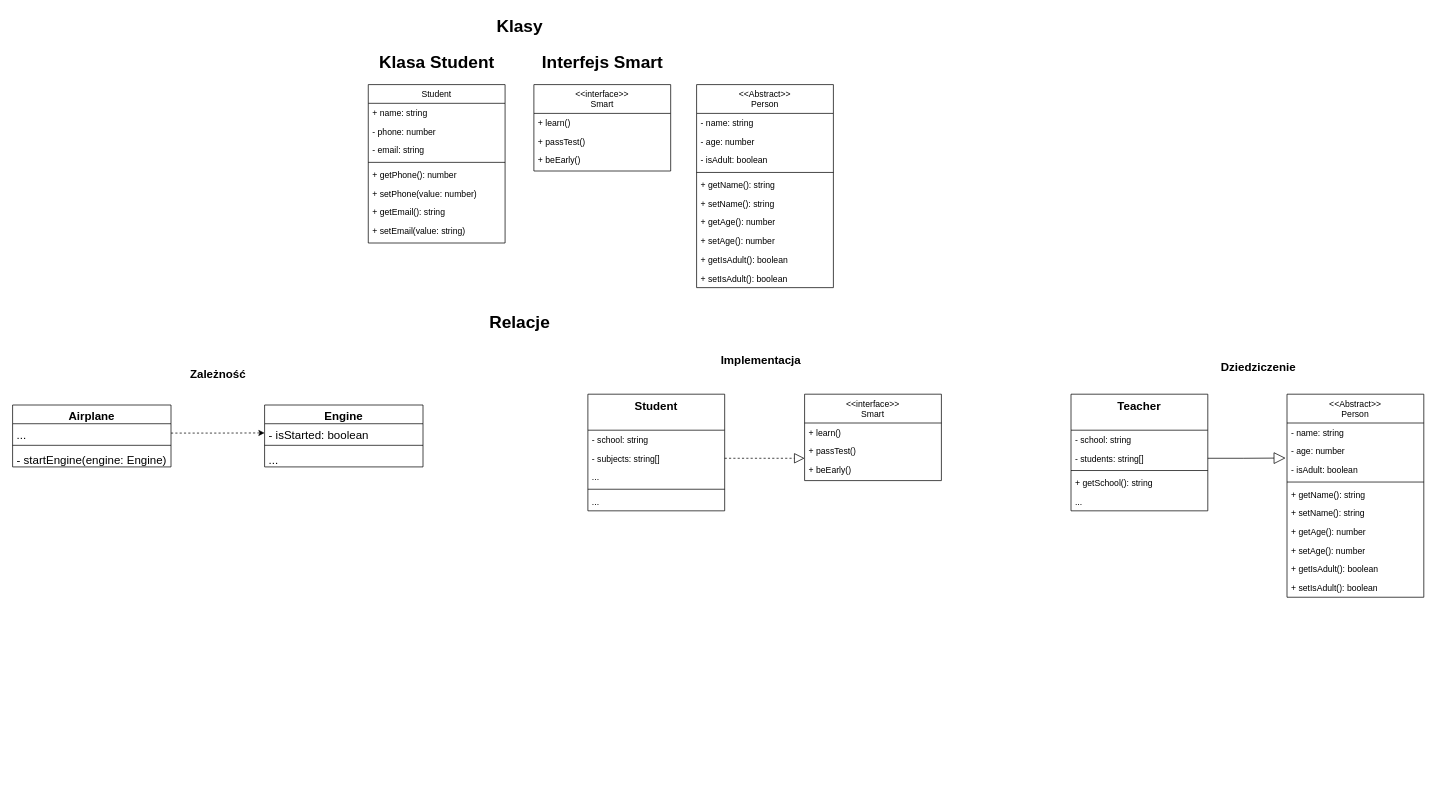
The draw.io diagram diagram_klas.drawio in mateuszjansowa/article-uml-diagrams, before the edit. Source tidied: cells renumbered, new cells numbered last; positions are measured from the earlier drawing's top-left corner, leaving out a move shared by most shapes. Both pictures are drawn from the tidied source at 72%, with x=0, y=0 at pixel (12, 12).
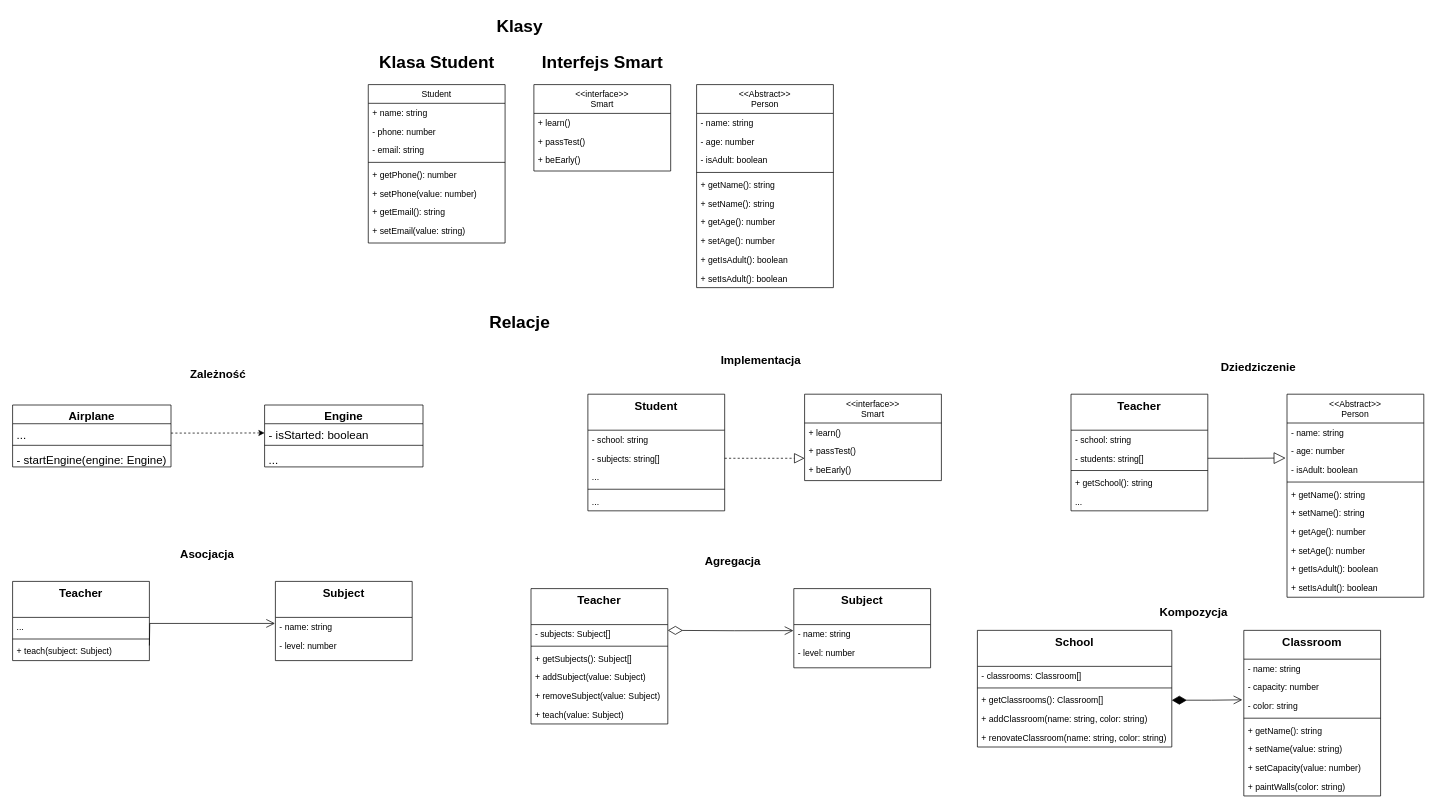
The same page after the edit.

Diff of the diagram source:
```diff
@@
+    <mxCell id="71" value="Teacher" style="swimlane;fontStyle=1;align=center;verticalAlign=top;horizontal=1;startSize=50;rounded=0;shadow=0;strokeWidth=1;fontSize=16;" parent="1" vertex="1">
+      <mxGeometry y="790" width="190" height="110" as="geometry" />
+    </mxCell>
+    <mxCell id="72" value="..." style="text;align=left;verticalAlign=top;spacingLeft=4;spacingRight=4;overflow=hidden;rounded=0;shadow=0;html=0;" parent="71" vertex="1">
+      <mxGeometry y="50" width="190" height="26" as="geometry" />
+    </mxCell>
+    <mxCell id="73" style="line;html=1;strokeWidth=1;align=left;verticalAlign=middle;spacingTop=-1;spacingLeft=3;spacingRight=3;labelPosition=right;" parent="71" vertex="1">
+      <mxGeometry y="76" width="190" height="8" as="geometry" />
+    </mxCell>
+    <mxCell id="74" value="+ teach(subject: Subject)" style="text;align=left;verticalAlign=top;spacingLeft=4;spacingRight=4;overflow=hidden;rounded=0;shadow=0;html=0;" parent="71" vertex="1">
+      <mxGeometry y="84" width="190" height="26" as="geometry" />
+    </mxCell>
+    <mxCell id="75" value="Subject" style="swimlane;fontStyle=1;align=center;verticalAlign=top;horizontal=1;startSize=50;rounded=0;shadow=0;strokeWidth=1;fontSize=16;" parent="1" vertex="1">
+      <mxGeometry x="365" y="790" width="190" height="110" as="geometry" />
+    </mxCell>
+    <mxCell id="76" value="- name: string" style="text;align=left;verticalAlign=top;spacingLeft=4;spacingRight=4;overflow=hidden;points=[[0,0.5],[1,0.5]];portConstraint=eastwest;rounded=0;shadow=0;html=0;" parent="75" vertex="1">
+      <mxGeometry y="50" width="190" height="26" as="geometry" />
+    </mxCell>
+    <mxCell id="77" value="- level: number" style="text;align=left;verticalAlign=top;spacingLeft=4;spacingRight=4;overflow=hidden;rounded=0;shadow=0;html=0;" parent="75" vertex="1">
+      <mxGeometry y="76" width="190" height="26" as="geometry" />
+    </mxCell>
+    <mxCell id="78" style="edgeStyle=orthogonalEdgeStyle;rounded=0;jettySize=auto;html=1;endSize=10;endArrow=open;endFill=0;entryX=-0.003;entryY=0.322;entryDx=0;entryDy=0;entryPerimeter=0;" parent="1" edge="1" target="76">
+      <mxGeometry relative="1" as="geometry">
+        <mxPoint x="190" y="879" as="sourcePoint" />
+      </mxGeometry>
+    </mxCell>
+    <mxCell id="79" value="&lt;span style=&quot;font-size: 16px;&quot;&gt;Asocjacja&lt;/span&gt;" style="text;strokeColor=none;fillColor=none;html=1;fontSize=24;fontStyle=1;verticalAlign=middle;align=center;" parent="1" vertex="1">
+      <mxGeometry x="220" y="730" width="100" height="40" as="geometry" />
+    </mxCell>
+    <mxCell id="80" value="&lt;span style=&quot;font-size: 16px;&quot;&gt;Agregacja&lt;/span&gt;" style="text;strokeColor=none;fillColor=none;html=1;fontSize=24;fontStyle=1;verticalAlign=middle;align=center;" parent="1" vertex="1">
+      <mxGeometry x="950" y="740" width="100" height="40" as="geometry" />
+    </mxCell>
+    <mxCell id="81" value="Teacher" style="swimlane;fontStyle=1;align=center;verticalAlign=top;horizontal=1;startSize=50;rounded=0;shadow=0;strokeWidth=1;fontSize=16;" parent="1" vertex="1">
+      <mxGeometry x="720" y="800" width="190" height="188" as="geometry" />
+    </mxCell>
+    <mxCell id="82" value="- subjects: Subject[]" style="text;align=left;verticalAlign=top;spacingLeft=4;spacingRight=4;overflow=hidden;rounded=0;shadow=0;html=0;" parent="81" vertex="1">
+      <mxGeometry y="50" width="190" height="26" as="geometry" />
+    </mxCell>
+    <mxCell id="83" style="line;html=1;strokeWidth=1;align=left;verticalAlign=middle;spacingTop=-1;spacingLeft=3;spacingRight=3;labelPosition=right;" parent="81" vertex="1">
+      <mxGeometry y="76" width="190" height="8" as="geometry" />
+    </mxCell>
+    <mxCell id="84" value="+ getSubjects(): Subject[]" style="text;align=left;verticalAlign=top;spacingLeft=4;spacingRight=4;overflow=hidden;rounded=0;shadow=0;html=0;" parent="81" vertex="1">
+      <mxGeometry y="84" width="190" height="26" as="geometry" />
+    </mxCell>
+    <mxCell id="85" value="+ addSubject(value: Subject)" style="text;align=left;verticalAlign=top;spacingLeft=4;spacingRight=4;overflow=hidden;rounded=0;shadow=0;html=0;" parent="81" vertex="1">
+      <mxGeometry y="110" width="190" height="26" as="geometry" />
+    </mxCell>
+    <mxCell id="86" value="+ removeSubject(value: Subject)" style="text;align=left;verticalAlign=top;spacingLeft=4;spacingRight=4;overflow=hidden;rounded=0;shadow=0;html=0;" parent="81" vertex="1">
+      <mxGeometry y="136" width="190" height="26" as="geometry" />
+    </mxCell>
+    <mxCell id="87" value="+ teach(value: Subject)" style="text;align=left;verticalAlign=top;spacingLeft=4;spacingRight=4;overflow=hidden;rounded=0;shadow=0;html=0;" parent="81" vertex="1">
+      <mxGeometry y="162" width="190" height="26" as="geometry" />
+    </mxCell>
+    <mxCell id="88" value="Subject" style="swimlane;fontStyle=1;align=center;verticalAlign=top;horizontal=1;startSize=50;rounded=0;shadow=0;strokeWidth=1;fontSize=16;" parent="1" vertex="1">
+      <mxGeometry x="1085" y="800" width="190" height="110" as="geometry" />
+    </mxCell>
+    <mxCell id="89" value="- name: string" style="text;align=left;verticalAlign=top;spacingLeft=4;spacingRight=4;overflow=hidden;points=[[0,0.5],[1,0.5]];portConstraint=eastwest;rounded=0;shadow=0;html=0;" parent="88" vertex="1">
+      <mxGeometry y="50" width="190" height="26" as="geometry" />
+    </mxCell>
+    <mxCell id="90" value="- level: number" style="text;align=left;verticalAlign=top;spacingLeft=4;spacingRight=4;overflow=hidden;rounded=0;shadow=0;html=0;" parent="88" vertex="1">
+      <mxGeometry y="76" width="190" height="26" as="geometry" />
+    </mxCell>
+    <mxCell id="91" style="edgeStyle=orthogonalEdgeStyle;rounded=0;jettySize=auto;html=1;endSize=10;endArrow=open;endFill=0;entryX=-0.003;entryY=0.322;entryDx=0;entryDy=0;entryPerimeter=0;startArrow=diamondThin;startFill=0;sourcePerimeterSpacing=0;targetPerimeterSpacing=0;startSize=18;" parent="1" edge="1" target="89">
+      <mxGeometry relative="1" as="geometry">
+        <mxPoint x="910" y="858" as="sourcePoint" />
+      </mxGeometry>
+    </mxCell>
+    <mxCell id="92" value="&lt;span style=&quot;font-size: 16px;&quot;&gt;Kompozycja&lt;/span&gt;" style="text;strokeColor=none;fillColor=none;html=1;fontSize=24;fontStyle=1;verticalAlign=middle;align=center;" parent="1" vertex="1">
+      <mxGeometry x="1590" y="810" width="100" height="40" as="geometry" />
+    </mxCell>
+    <mxCell id="93" value="School" style="swimlane;fontStyle=1;align=center;verticalAlign=top;horizontal=1;startSize=50;rounded=0;shadow=0;strokeWidth=1;fontSize=16;" parent="1" vertex="1">
+      <mxGeometry x="1340" y="858" width="270" height="162" as="geometry" />
+    </mxCell>
+    <mxCell id="94" value="- classrooms: Classroom[]" style="text;align=left;verticalAlign=top;spacingLeft=4;spacingRight=4;overflow=hidden;rounded=0;shadow=0;html=0;" parent="93" vertex="1">
+      <mxGeometry y="50" width="270" height="26" as="geometry" />
+    </mxCell>
+    <mxCell id="95" style="line;html=1;strokeWidth=1;align=left;verticalAlign=middle;spacingTop=-1;spacingLeft=3;spacingRight=3;labelPosition=right;" parent="93" vertex="1">
+      <mxGeometry y="76" width="270" height="8" as="geometry" />
+    </mxCell>
+    <mxCell id="96" value="+ getClassrooms(): Classroom[]" style="text;align=left;verticalAlign=top;spacingLeft=4;spacingRight=4;overflow=hidden;points=[[0,0.5],[1,0.5]];portConstraint=eastwest;rounded=0;shadow=0;html=0;" parent="93" vertex="1">
+      <mxGeometry y="84" width="270" height="26" as="geometry" />
+    </mxCell>
+    <mxCell id="97" value="+ addClassroom(name: string, color: string)" style="text;align=left;verticalAlign=top;spacingLeft=4;spacingRight=4;overflow=hidden;rounded=0;shadow=0;html=0;" parent="93" vertex="1">
+      <mxGeometry y="110" width="270" height="26" as="geometry" />
+    </mxCell>
+    <mxCell id="98" value="+ renovateClassroom(name: string, color: string)" style="text;align=left;verticalAlign=top;spacingLeft=4;spacingRight=4;overflow=hidden;rounded=0;shadow=0;html=0;" parent="93" vertex="1">
+      <mxGeometry y="136" width="270" height="26" as="geometry" />
+    </mxCell>
+    <mxCell id="99" value="Classroom" style="swimlane;fontStyle=1;align=center;verticalAlign=top;horizontal=1;startSize=40;rounded=0;shadow=0;strokeWidth=1;fontSize=16;" parent="1" vertex="1">
+      <mxGeometry x="1710" y="858" width="190" height="230" as="geometry" />
+    </mxCell>
+    <mxCell id="100" value="- name: string" style="text;align=left;verticalAlign=top;spacingLeft=4;spacingRight=4;overflow=hidden;" parent="99" vertex="1">
+      <mxGeometry y="40" width="190" height="26" as="geometry" />
+    </mxCell>
+    <mxCell id="101" value="- capacity: number" style="text;align=left;verticalAlign=top;spacingLeft=4;spacingRight=4;overflow=hidden;rounded=0;shadow=0;html=0;" parent="99" vertex="1">
+      <mxGeometry y="66" width="190" height="26" as="geometry" />
+    </mxCell>
+    <mxCell id="102" value="- color: string" style="text;align=left;verticalAlign=top;spacingLeft=4;spacingRight=4;overflow=hidden;points=[[0,0.5],[1,0.5]];portConstraint=eastwest;rounded=0;shadow=0;html=0;" parent="99" vertex="1">
+      <mxGeometry y="92" width="190" height="26" as="geometry" />
+    </mxCell>
+    <mxCell id="103" style="line;html=1;strokeWidth=1;align=left;verticalAlign=middle;spacingTop=-1;spacingLeft=3;spacingRight=3;labelPosition=right;" parent="99" vertex="1">
+      <mxGeometry y="118" width="190" height="8" as="geometry" />
+    </mxCell>
+    <mxCell id="104" value="+ getName(): string" style="text;align=left;verticalAlign=top;spacingLeft=4;spacingRight=4;overflow=hidden;rounded=0;shadow=0;html=0;" parent="99" vertex="1">
+      <mxGeometry y="126" width="190" height="26" as="geometry" />
+    </mxCell>
+    <mxCell id="105" value="+ setName(value: string)" style="text;align=left;verticalAlign=top;spacingLeft=4;spacingRight=4;overflow=hidden;rounded=0;shadow=0;html=0;" parent="99" vertex="1">
+      <mxGeometry y="152" width="190" height="26" as="geometry" />
+    </mxCell>
+    <mxCell id="106" value="+ setCapacity(value: number)" style="text;align=left;verticalAlign=top;spacingLeft=4;spacingRight=4;overflow=hidden;rounded=0;shadow=0;html=0;" parent="99" vertex="1">
+      <mxGeometry y="178" width="190" height="26" as="geometry" />
+    </mxCell>
+    <mxCell id="107" value="+ paintWalls(color: string)" style="text;align=left;verticalAlign=top;spacingLeft=4;spacingRight=4;overflow=hidden;rounded=0;shadow=0;html=0;" parent="99" vertex="1">
+      <mxGeometry y="204" width="190" height="26" as="geometry" />
+    </mxCell>
+    <mxCell id="108" style="edgeStyle=orthogonalEdgeStyle;rounded=0;jettySize=auto;html=1;exitX=1;exitY=0.5;exitDx=0;exitDy=0;entryX=-0.011;entryY=0.173;entryDx=0;entryDy=0;entryPerimeter=0;fontSize=16;startArrow=diamondThin;startFill=1;endArrow=open;endFill=0;startSize=18;endSize=10;sourcePerimeterSpacing=0;targetPerimeterSpacing=0;" parent="1" edge="1" source="96" target="102">
+      <mxGeometry relative="1" as="geometry" />
+    </mxCell>
```
